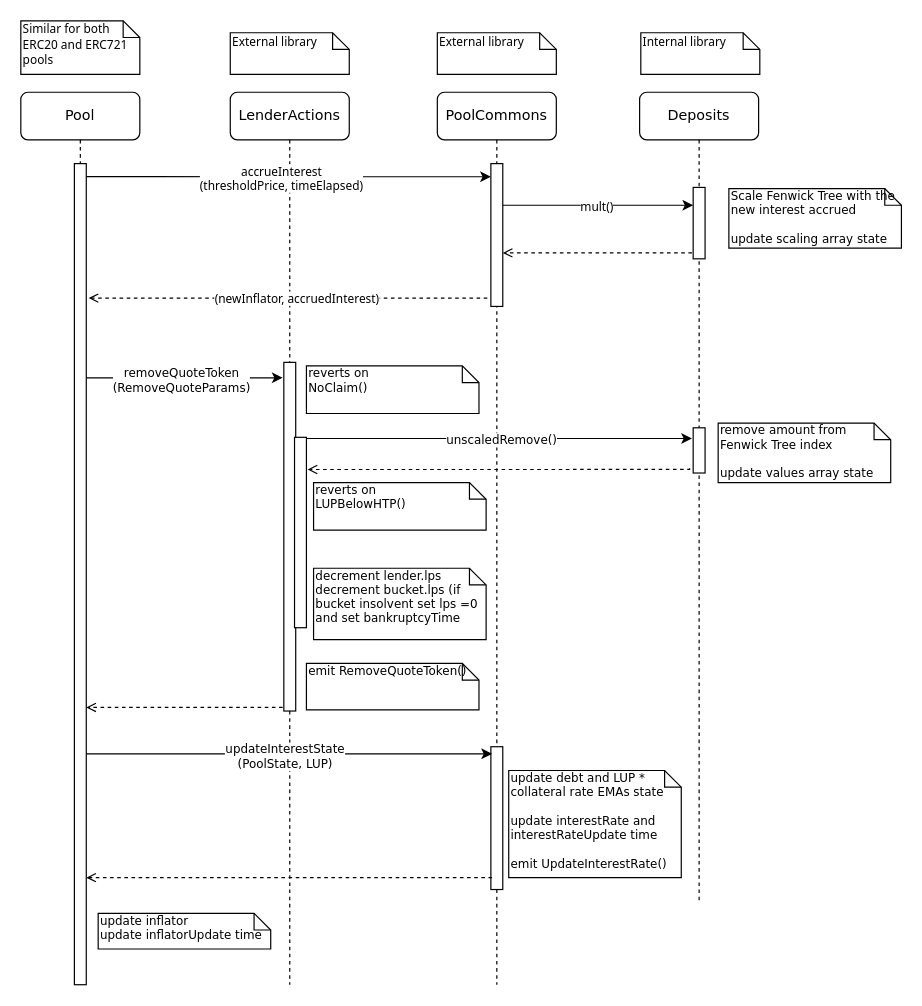
Earlier version of the draw.io diagram docs/drawio/removeQuoteToken.drawio (ajna-finance/ajna-core). Source tidied: cells renumbered, new cells numbered last; positions are measured from the earlier drawing's top-left corner, leaving out a move shared by most shapes. Both pictures are drawn from the tidied source at 119%, with x=0, y=0 at pixel (20, 20).
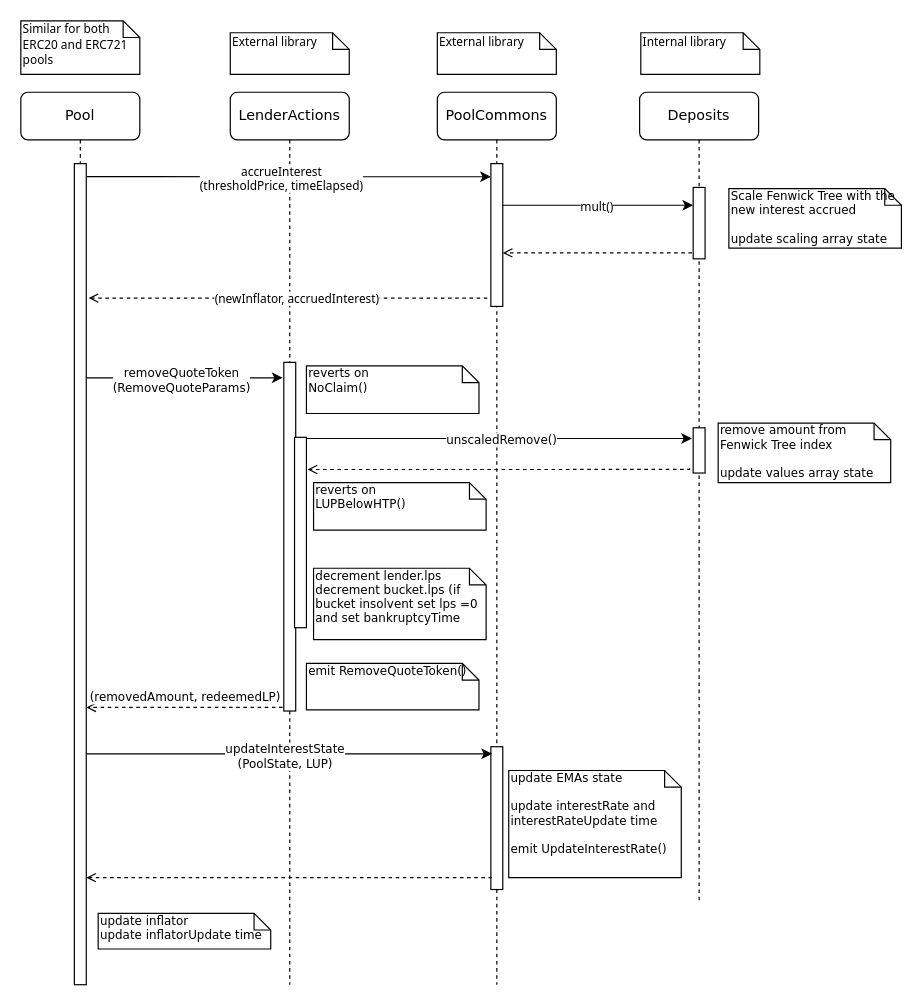
Above is the later version.

What changed in the source:
```diff
@@
-    <mxCell id="38" value="&lt;div&gt;update debt and LUP * collateral rate EMAs state&lt;/div&gt;&lt;div&gt;&lt;br&gt;&lt;/div&gt;&lt;div&gt;update interestRate and interestRateUpdate time&lt;br&gt;&lt;/div&gt;&lt;div&gt;&lt;br&gt;&lt;/div&gt;&lt;div&gt;emit UpdateInterestRate()&lt;br&gt;&lt;/div&gt;" style="shape=note;whiteSpace=wrap;html=1;size=14;verticalAlign=top;align=left;spacingTop=-6;rounded=0;shadow=0;comic=0;labelBackgroundColor=none;strokeWidth=1;fontFamily=Verdana;fontSize=10;" parent="1" vertex="1">
+    <mxCell id="38" value="&lt;div&gt;update EMAs state&lt;/div&gt;&lt;div&gt;&lt;br&gt;&lt;/div&gt;&lt;div&gt;update interestRate and interestRateUpdate time&lt;br&gt;&lt;/div&gt;&lt;div&gt;&lt;br&gt;&lt;/div&gt;&lt;div&gt;emit UpdateInterestRate()&lt;br&gt;&lt;/div&gt;" style="shape=note;whiteSpace=wrap;html=1;size=14;verticalAlign=top;align=left;spacingTop=-6;rounded=0;shadow=0;comic=0;labelBackgroundColor=none;strokeWidth=1;fontFamily=Verdana;fontSize=10;" parent="1" vertex="1">
       <mxGeometry x="410" y="630" width="145" height="90" as="geometry" />
     </mxCell>
@@
+    <mxCell id="41" value="(removedAmount, redeemedLP)" style="edgeLabel;html=1;align=center;verticalAlign=middle;fontSize=10;fontFamily=Verdana;" parent="1" vertex="1">
+      <mxGeometry x="137.5" y="567" as="geometry" />
+    </mxCell>
```
